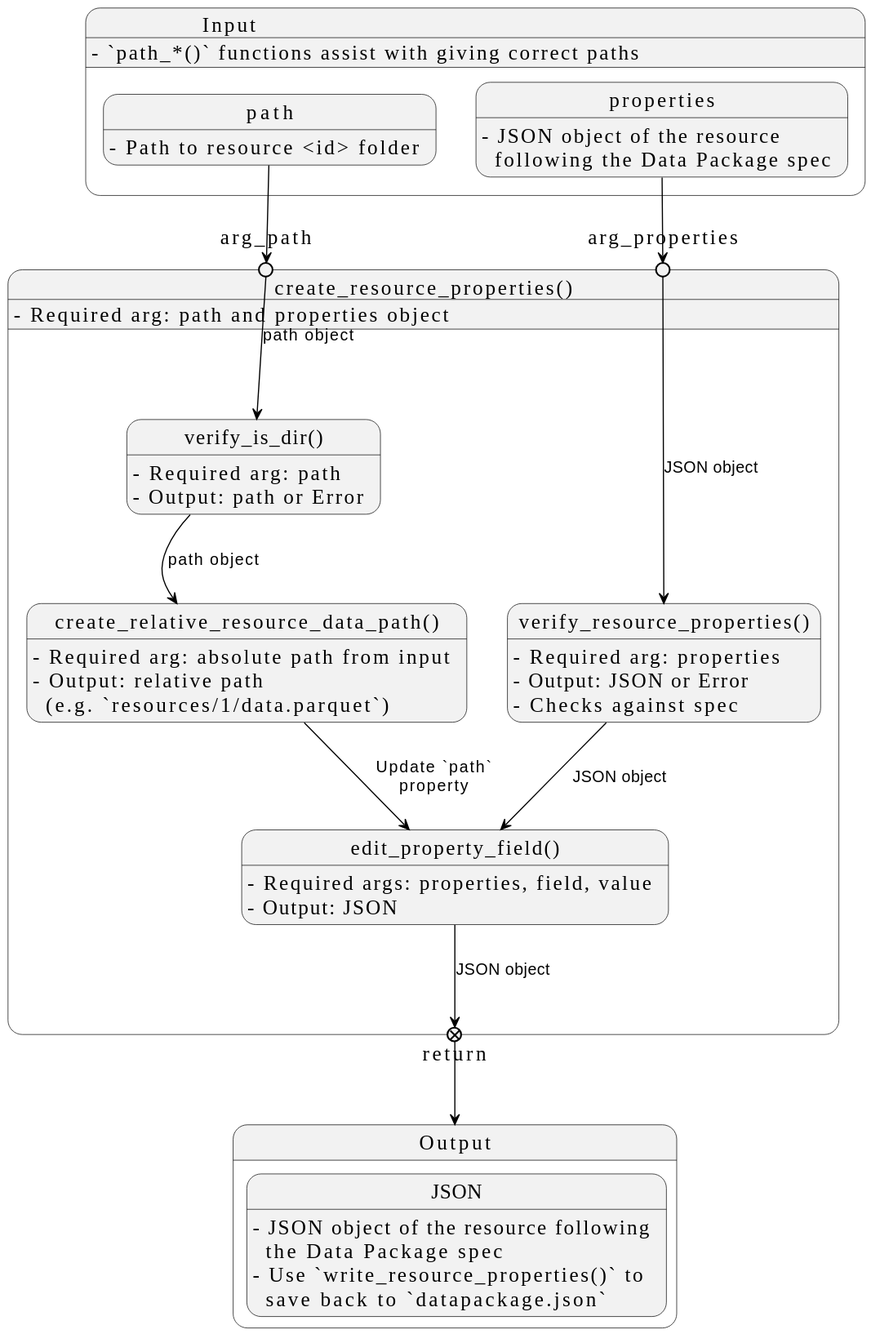
This is docs/design/interface/images/core/create-resource-properties.svg from seedcase-project/seedcase-sprout, a PlantUML export, as it was before one commit. The source it was exported from:
```plantuml
@startuml
!theme seedcase from https://raw.githubusercontent.com/seedcase-project/seedcase-theme/main

state "Input" as input {
  input : - `path_*()` functions assist with giving correct paths
  path : - Path to resource <id> folder
  properties: - JSON object of the resource\n  following the Data Package spec
}

state "Output" as output {
  state "JSON" as json_output
  json_output : - JSON object of the resource following\n  the Data Package spec
  json_output : - Use `write_resource_properties()` to\n  save back to `datapackage.json`
}

state "create_resource_properties()" as crp {
  crp : - Required arg: path and properties object

  state arg_path <<entryPoint>>
  state arg_properties <<entryPoint>>

  path --> arg_path
  properties --> arg_properties

  state "verify_is_dir()" as vid
  vid : - Required arg: path
  vid : - Output: path or Error
  arg_path --> vid : path object

  state "create_relative_resource_data_path()" as crrdp
  crrdp : - Required arg: absolute path from input
  crrdp : - Output: relative path\n  (e.g. `resources/1/data.parquet`)
  vid --> crrdp : path object

  state "verify_resource_properties()" as vrp
  vrp : - Required arg: properties
  vrp : - Output: JSON or Error
  vrp : - Checks against spec
  arg_properties --> vrp : JSON object

  state "edit_property_field()" as epf
  epf : - Required args: properties, field, value
  epf : - Output: JSON
  crrdp --> epf : Update `path`\nproperty
  vrp --> epf : JSON object

  state "return" <<exitPoint>>
  epf --> return : JSON object
  return --> output
}
@enduml
```
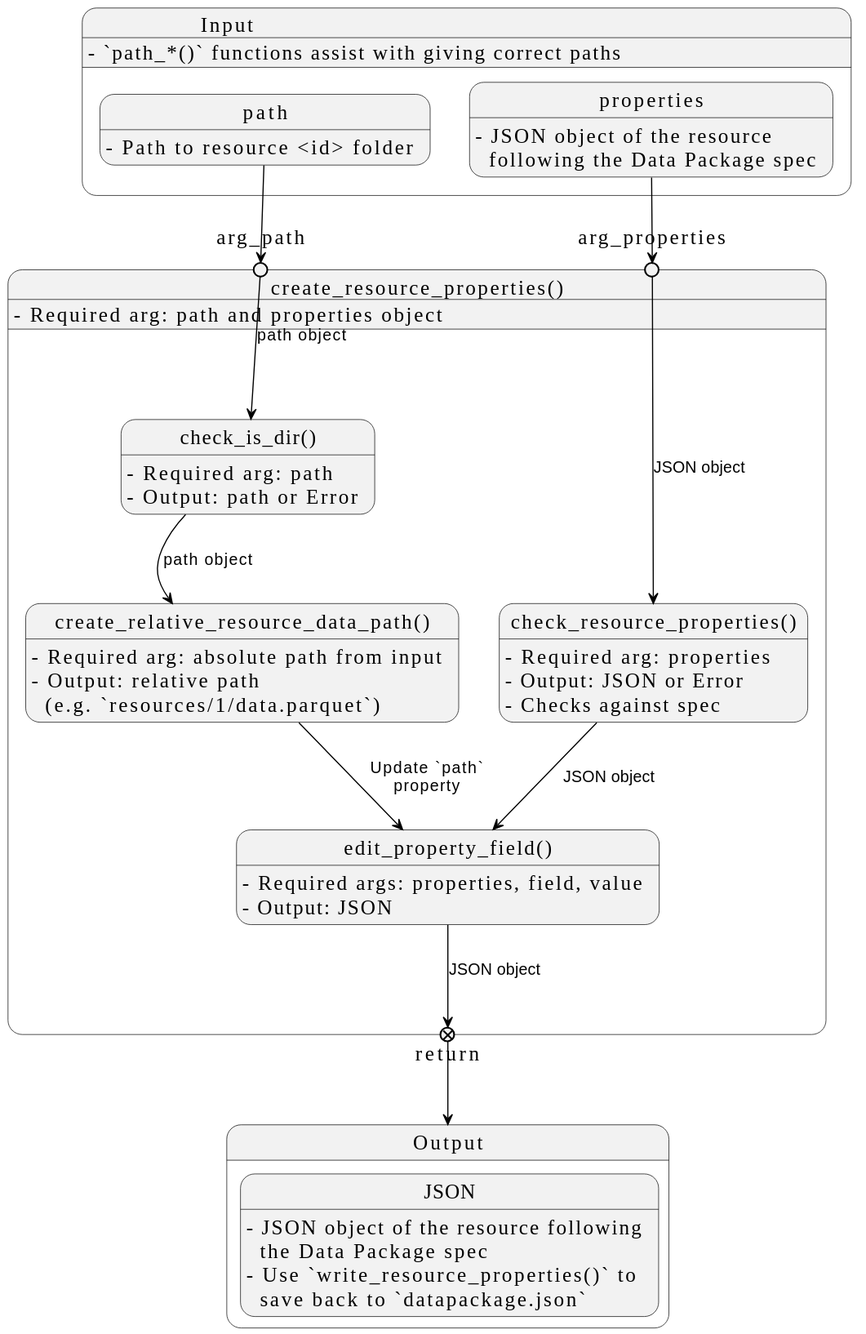
The same file after the commit.

Commit message:
refactor: :recycle: use check functions in create_resource_properties

Diff of the diagram source:
```diff
@@ -22,27 +22,27 @@
   path --> arg_path
   properties --> arg_properties
 
-  state "verify_is_dir()" as vid
-  vid : - Required arg: path
-  vid : - Output: path or Error
-  arg_path --> vid : path object
+  state "check_is_dir()" as cid
+  cid : - Required arg: path
+  cid : - Output: path or Error
+  arg_path --> cid : path object
 
   state "create_relative_resource_data_path()" as crrdp
   crrdp : - Required arg: absolute path from input
   crrdp : - Output: relative path\n  (e.g. `resources/1/data.parquet`)
-  vid --> crrdp : path object
+  cid --> crrdp : path object
 
-  state "verify_resource_properties()" as vrp
-  vrp : - Required arg: properties
-  vrp : - Output: JSON or Error
-  vrp : - Checks against spec
-  arg_properties --> vrp : JSON object
+  state "check_resource_properties()" as chrp
+  chrp : - Required arg: properties
+  chrp : - Output: JSON or Error
+  chrp : - Checks against spec
+  arg_properties --> chrp : JSON object
 
   state "edit_property_field()" as epf
   epf : - Required args: properties, field, value
   epf : - Output: JSON
   crrdp --> epf : Update `path`\nproperty
-  vrp --> epf : JSON object
+  chrp --> epf : JSON object
 
   state "return" <<exitPoint>>
   epf --> return : JSON object
```
